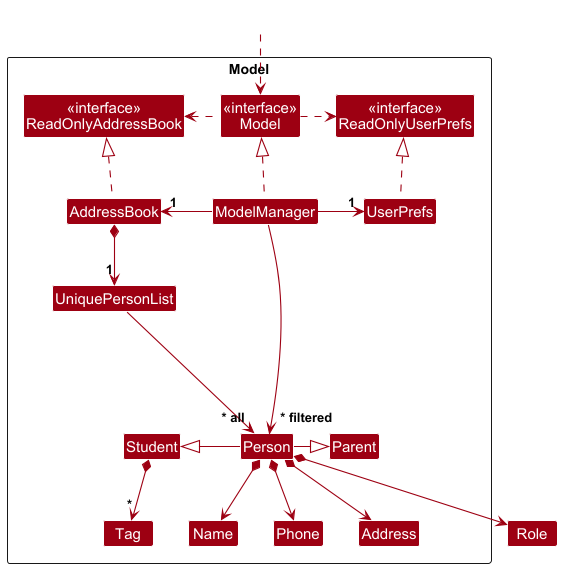
Above: docs/images/ModelClassDiagram.png in tgonet/tp (PlantUML), before the change.
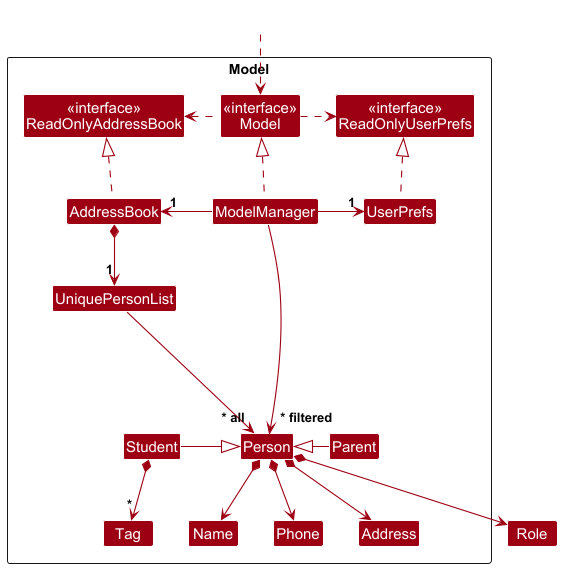
After the change.

Change to the diagram source:
```diff
@@ -36,8 +36,8 @@
 ModelManager -right-> "1" UserPrefs
 UserPrefs .up.|> ReadOnlyUserPrefs
 
-Parent <|--left-- Person
-Student <|-right- Person
+Person <|--right-- Parent
+Person <|-left- Student
 
 AddressBook *--> "1" UniquePersonList
 UniquePersonList --> "~* all" Person
```
